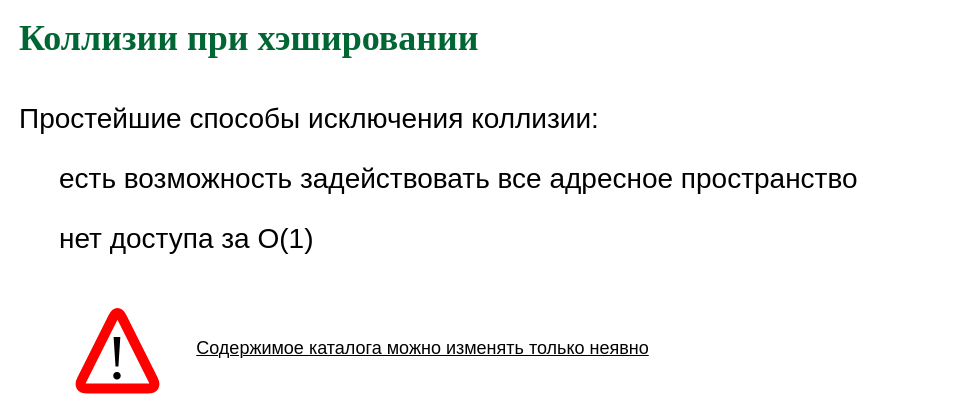
Above: page "p01" (1 of 21) of slides/dynhash.drawio in amcp-pit/db_course (draw.io), before the change. Source tidied: cells renumbered, new cells numbered last; positions are measured from the earlier drawing's top-left corner, leaving out a move shared by most shapes. Both pictures are drawn from the tidied source at 100%, with x=0, y=0 at pixel (17, 28).
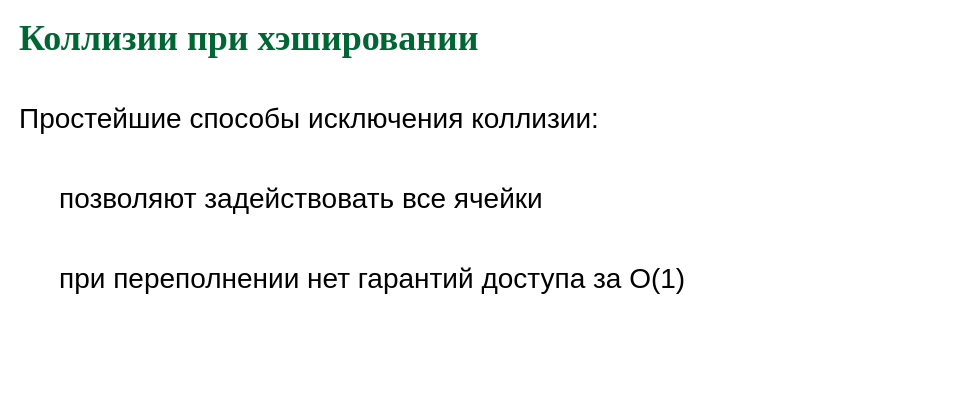
The same diagram, later.

The edit, as a diff of the source:
```diff
@@
 <mxGraphModel>
   <root>
     <mxCell id="0" />
     <mxCell id="1" parent="0" />
     <mxCell id="2" value="&lt;font color=&quot;#006633&quot; face=&quot;garamond&quot;&gt;&lt;span style=&quot;font-size: 36px&quot;&gt;&lt;b&gt;Коллизии при хэшировании&lt;/b&gt;&lt;/span&gt;&lt;/font&gt;" style="text;html=1;align=left;verticalAlign=middle;whiteSpace=wrap;rounded=0;" parent="1" vertex="1">
       <mxGeometry width="920" height="20" as="geometry" />
     </mxCell>
     <mxCell id="3" value="&lt;span style=&quot;font-size: 28px&quot;&gt;Простейшие способы исключения коллизии:&lt;/span&gt;" style="text;html=1;align=left;verticalAlign=middle;" parent="1" vertex="1">
       <mxGeometry y="80" width="600" height="20" as="geometry" />
     </mxCell>
-    <mxCell id="4" value="&lt;span style=&quot;font-size: 28px&quot;&gt;нет доступа за О(1)&amp;nbsp;&lt;/span&gt;" style="text;html=1;align=left;verticalAlign=middle;" parent="1" vertex="1">
-      <mxGeometry x="40" y="200" width="280" height="20" as="geometry" />
+    <mxCell id="4" value="&lt;span style=&quot;font-size: 28px&quot;&gt;при переполнении нет гарантий доступа за О(1)&amp;nbsp;&lt;/span&gt;" style="text;html=1;align=left;verticalAlign=middle;" parent="1" vertex="1">
+      <mxGeometry x="40" y="240" width="650" height="20" as="geometry" />
     </mxCell>
-    <mxCell id="5" value="&lt;span style=&quot;font-size: 18px&quot;&gt;Содержимое каталога можно изменять только неявно&lt;/span&gt;" style="text;html=1;align=center;verticalAlign=middle;fontStyle=4;" parent="1" vertex="1">
-      <mxGeometry x="170" y="310" width="470" height="20" as="geometry" />
-    </mxCell>
-    <mxCell id="6" style="group;" parent="1" vertex="1">
-      <mxGeometry x="60" y="280" width="80" height="80" as="geometry" />
-    </mxCell>
-    <mxCell id="7" style="endArrow=none;html=1;strokeWidth=10;strokeColor=#FF0000;jumpStyle=arc;" parent="6" edge="1">
-      <mxGeometry relative="1" as="geometry">
-        <mxPoint x="40" y="80" as="sourcePoint" />
-        <mxPoint x="40" y="80" as="targetPoint" />
-        <Array as="points">
-          <mxPoint y="80" />
-          <mxPoint x="40" />
-          <mxPoint x="80" y="80" />
-        </Array>
-      </mxGeometry>
-    </mxCell>
-    <mxCell id="8" value="&lt;font style=&quot;font-size: 63px&quot;&gt;!&lt;/font&gt;" style="text;html=1;strokeColor=none;fillColor=none;align=center;verticalAlign=middle;whiteSpace=wrap;rounded=0;fontFamily=Times New Roman;" parent="6" vertex="1">
-      <mxGeometry x="20" y="40" width="40" height="20" as="geometry" />
-    </mxCell>
-    <mxCell id="9" value="&lt;span style=&quot;font-size: 28px&quot;&gt;есть возможность задействовать все адресное пространство&amp;nbsp;&lt;/span&gt;" style="text;html=1;align=left;verticalAlign=middle;" parent="1" vertex="1">
-      <mxGeometry x="40" y="140" width="820" height="20" as="geometry" />
+    <mxCell id="9" value="&lt;span style=&quot;font-size: 28px&quot;&gt;позволяют задействовать все ячейки&amp;nbsp;&lt;/span&gt;" style="text;html=1;align=left;verticalAlign=middle;" parent="1" vertex="1">
+      <mxGeometry x="40" y="160" width="510" height="20" as="geometry" />
     </mxCell>
   </root>
 </mxGraphModel>
```
